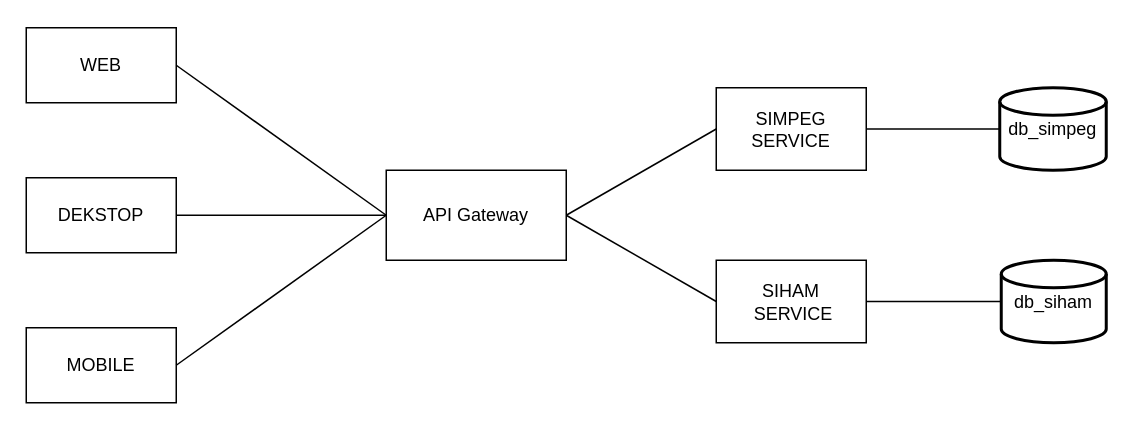
Before: Microservice.drawio in firdausbanjar/drawio, a draw.io diagram. Source tidied: cells renumbered, new cells numbered last; positions are measured from the earlier drawing's top-left corner, leaving out a move shared by most shapes. Both pictures are drawn from the tidied source at 150%, with x=0, y=0 at pixel (26, 27).
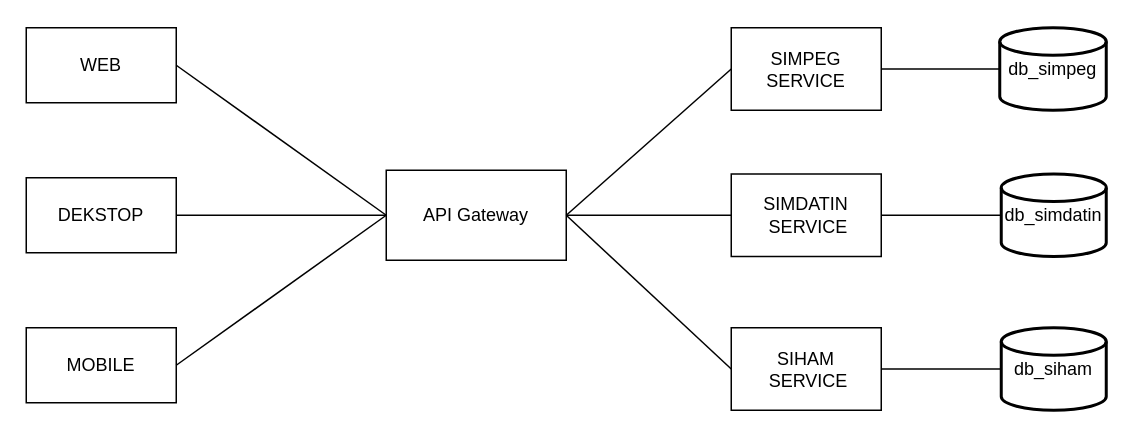
The same page after the edit.

Unchanged cells that the change refers to:
```xml
<mxCell id="5" value="API Gateway" style="rounded=0;whiteSpace=wrap;html=1;labelBackgroundColor=none;" parent="1" vertex="1">
  <mxGeometry x="240" y="95" width="120" height="60" as="geometry" />
</mxCell>
```

Diff of the diagram source:
```diff
@@
     <mxCell id="6" value="SIMPEG SERVICE" style="rounded=0;whiteSpace=wrap;html=1;labelBackgroundColor=none;" parent="1" vertex="1">
-      <mxGeometry x="460" y="40" width="100" height="55" as="geometry" />
+      <mxGeometry x="470" width="100" height="55" as="geometry" />
     </mxCell>
@@
     <mxCell id="12" value="db_simpeg" style="strokeWidth=2;html=1;shape=mxgraph.flowchart.database;whiteSpace=wrap;rounded=0;labelBackgroundColor=none;" parent="1" vertex="1">
-      <mxGeometry x="649" y="40" width="71" height="55" as="geometry" />
+      <mxGeometry x="649" width="71" height="55" as="geometry" />
     </mxCell>
     <mxCell id="13" value="SIHAM&lt;div&gt;&amp;nbsp;SERVICE&lt;/div&gt;" style="rounded=0;whiteSpace=wrap;html=1;labelBackgroundColor=none;" parent="1" vertex="1">
-      <mxGeometry x="460" y="155" width="100" height="55" as="geometry" />
+      <mxGeometry x="470" y="200" width="100" height="55" as="geometry" />
     </mxCell>
     <mxCell id="14" value="db_siham" style="strokeWidth=2;html=1;shape=mxgraph.flowchart.database;whiteSpace=wrap;rounded=0;labelBackgroundColor=none;" parent="1" vertex="1">
-      <mxGeometry x="650" y="155" width="70" height="55" as="geometry" />
+      <mxGeometry x="650" y="200" width="70" height="55" as="geometry" />
     </mxCell>
@@
+    <mxCell id="17" value="SIMDATIN&lt;br&gt;&lt;div&gt;&amp;nbsp;SERVICE&lt;/div&gt;" style="rounded=0;whiteSpace=wrap;html=1;labelBackgroundColor=none;" parent="1" vertex="1">
+      <mxGeometry x="470" y="97.5" width="100" height="55" as="geometry" />
+    </mxCell>
+    <mxCell id="18" value="db_simdatin" style="strokeWidth=2;html=1;shape=mxgraph.flowchart.database;whiteSpace=wrap;rounded=0;labelBackgroundColor=none;" parent="1" vertex="1">
+      <mxGeometry x="650" y="97.5" width="70" height="55" as="geometry" />
+    </mxCell>
+    <mxCell id="19" style="endArrow=none;html=1;rounded=0;entryX=0;entryY=0.5;entryDx=0;entryDy=0;exitX=1;exitY=0.5;exitDx=0;exitDy=0;entryPerimeter=0;labelBackgroundColor=none;fontColor=default;" parent="1" edge="1" source="17" target="18">
+      <mxGeometry relative="1" as="geometry" />
+    </mxCell>
+    <mxCell id="20" style="endArrow=none;html=1;rounded=0;entryX=0;entryY=0.5;entryDx=0;entryDy=0;exitX=1;exitY=0.5;exitDx=0;exitDy=0;labelBackgroundColor=none;fontColor=default;" parent="1" edge="1" source="5" target="17">
+      <mxGeometry relative="1" as="geometry" />
+    </mxCell>
```
